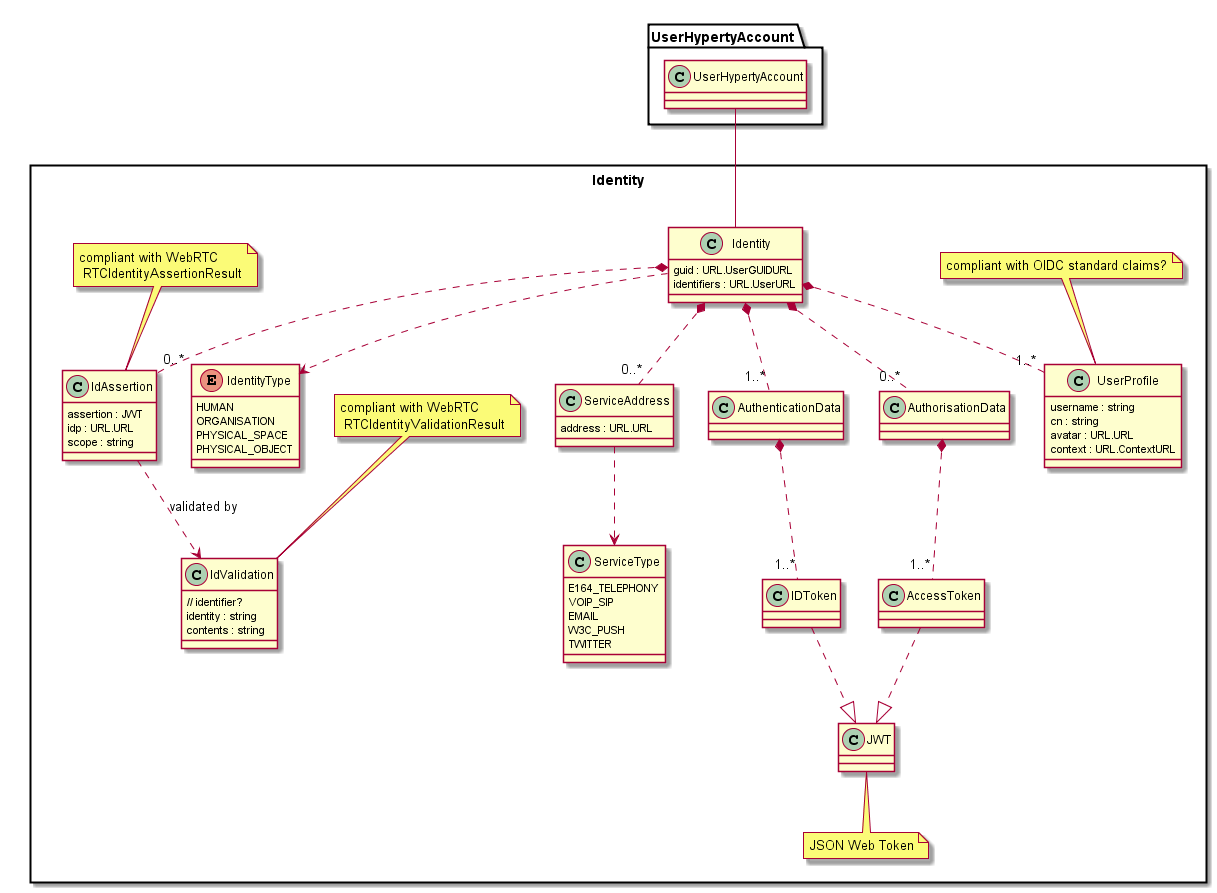
Above: datamodel/core/user-identity/Identity-Data-Object-Model.png in reTHINK-project/specs (PlantUML), before the change.
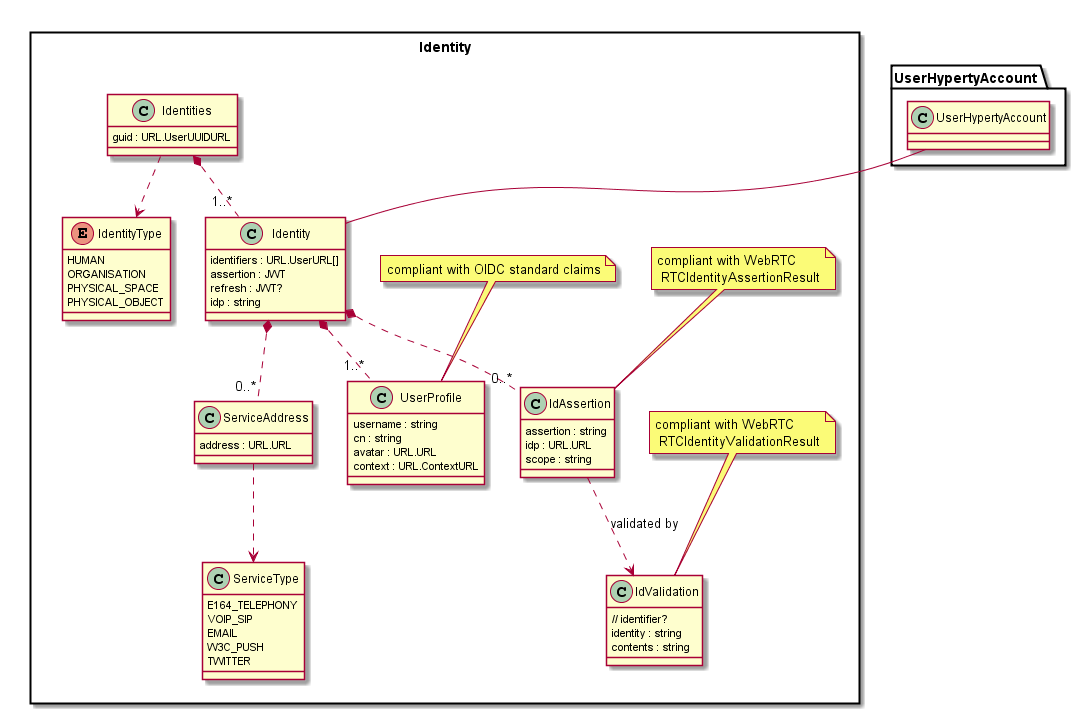
After the commit.

Commit message:
Started reviewing Identity Model

Change to the diagram source:
```diff
@@ -9,21 +9,21 @@
 		PHYSICAL_OBJECT
 	}
 
+	class Identities {
+		guid : URL.UserUUIDURL
+	}
+
 	class Identity {
-		guid : URL.UserGUIDURL
-		identifiers : URL.UserURL
+		identifiers : URL.UserURL[]
+		assertion : JWT
+		refresh : JWT?
+		idp : string
 	}
 
 	Identity -up- UserHypertyAccount.UserHypertyAccount
 
-	class AuthenticationData {
-	}
-
-	class AuthorisationData {
-	}
-
 	class IdAssertion {
-		assertion : JWT
+		assertion : string
 		idp : URL.URL
 		scope : string
 	}
@@ -57,25 +57,10 @@
 		context : URL.ContextURL
 	}
 
-	note top : compliant with OIDC standard claims?
+	note top : compliant with OIDC standard claims
 
-	class JWT {
-	}
-
-	note bottom : JSON Web Token
-
-	class IDToken {
-	}
-
-	class AccessToken {
-	}
-
-	IDToken ..|> JWT
-	AccessToken ..|> JWT
-
-	Identity ..> IdentityType
-	Identity *.. "1..*" AuthenticationData
-	Identity *.. "0..*" AuthorisationData
+	Identities ..> IdentityType
+	Identities *.. "1..*" Identity
 	Identity *.. "1..*" UserProfile
 	Identity *.. "0..*" ServiceAddress
 	Identity *.. "0..*" IdAssertion
@@ -83,8 +68,6 @@
 
 	IdAssertion ..> IdValidation : validated by
 
-	AuthenticationData *.. "1..*" IDToken
-	AuthorisationData *.. "1..*" AccessToken
 }
 
 @enduml
```
